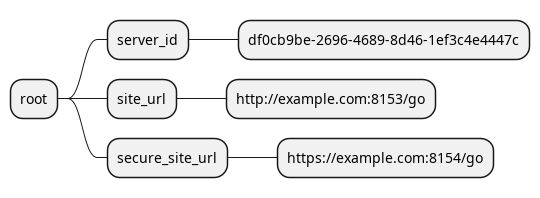
Earlier version of the PlantUML export img/serverInfo.png (1and1/go-gchat-notifier-plugin).
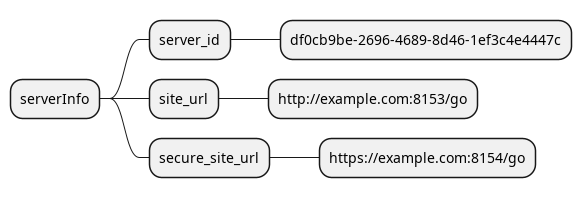
The same file after the commit.

Commit message:
Replace root node with proper context var nae Add PlantUML files

What changed in the source:
```diff
@@ -1,5 +1,5 @@
 @startmindmap
-* root
+* serverInfo
 ** server_id
 *** df0cb9be-2696-4689-8d46-1ef3c4e4447c
 ** site_url
```
